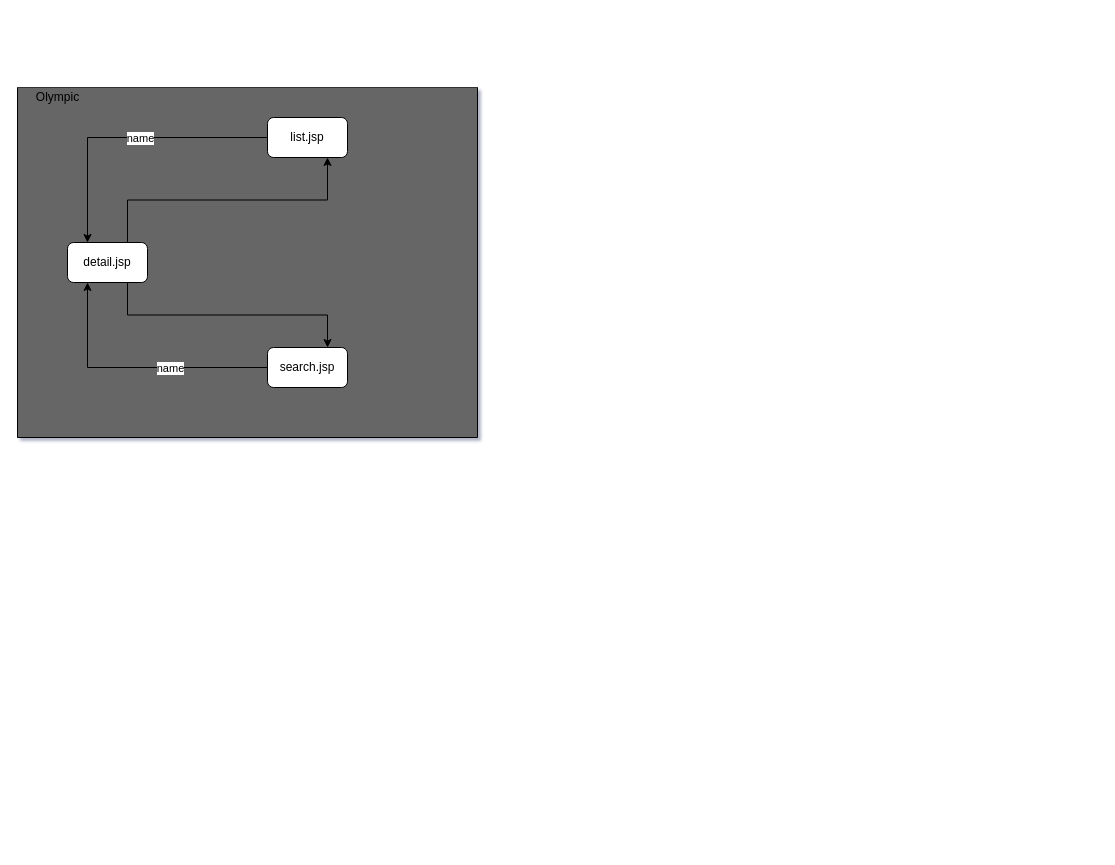
The draw.io diagram page "Page-1" (1 of 2) of kh/study.drawio in junyup0503/diagram, before the edit. Source tidied: cells renumbered, new cells numbered last; positions are measured from the earlier drawing's top-left corner, leaving out a move shared by most shapes. Both pictures are drawn from the tidied source at 100%, with x=0, y=0 at pixel (17, 87).
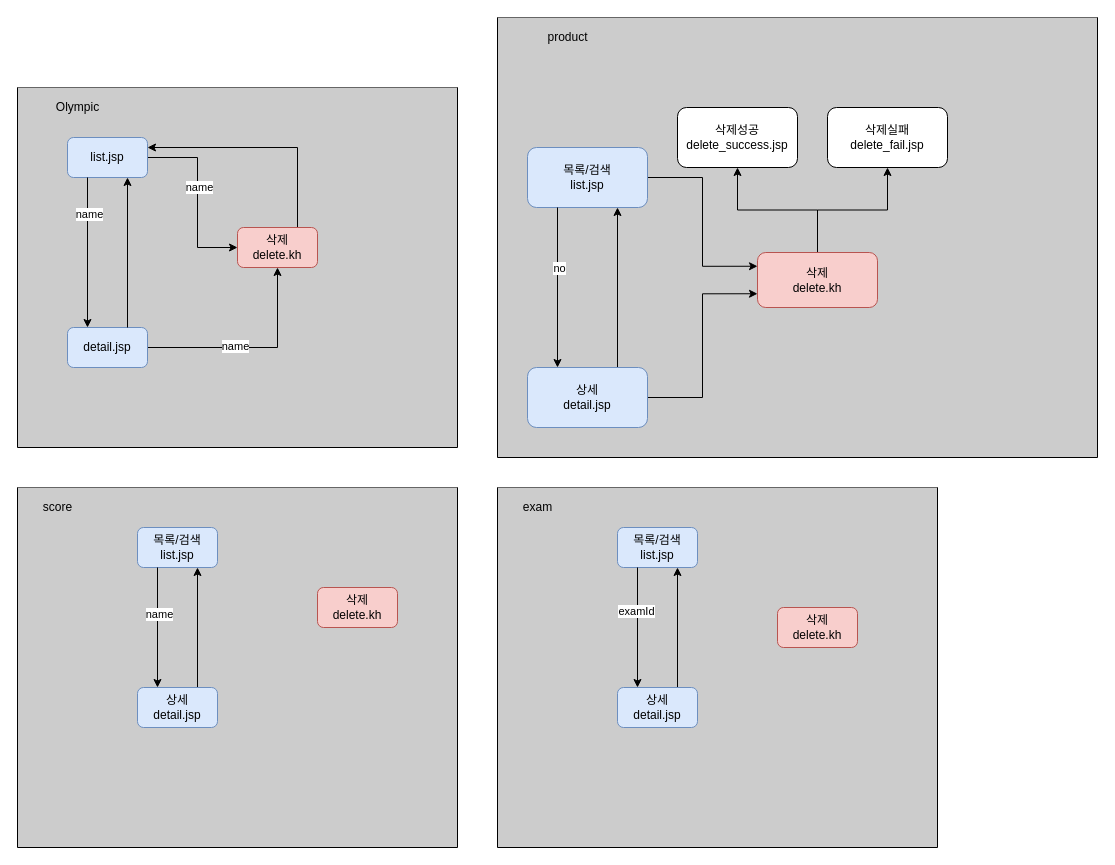
The same diagram, later.

Diff of the diagram source:
```diff
@@
-<mxGraphModel shadow="1">
+<mxGraphModel>
@@
+    <mxCell id="13" style="swimlane;startSize=0;rounded=1;swimlaneFillColor=#CCCCCC;" parent="1" vertex="1">
+      <mxGeometry x="480" y="-70" width="600" height="440" as="geometry" />
+    </mxCell>
+    <mxCell id="14" value="product" style="text;html=1;align=center;verticalAlign=middle;strokeColor=none;fillColor=none;rounded=1;" parent="13" vertex="1">
+      <mxGeometry x="40" y="10" width="60" height="20" as="geometry" />
+    </mxCell>
+    <mxCell id="15" style="edgeStyle=orthogonalEdgeStyle;rounded=0;jettySize=auto;html=1;exitX=1;exitY=0.5;exitDx=0;exitDy=0;entryX=0;entryY=0.25;entryDx=0;entryDy=0;" parent="13" edge="1" source="16" target="24">
+      <mxGeometry relative="1" as="geometry" />
+    </mxCell>
+    <mxCell id="16" value="목록/검색&lt;br&gt;list.jsp" style="whiteSpace=wrap;html=1;rounded=1;fillColor=#dae8fc;strokeColor=#6c8ebf;" parent="13" vertex="1">
+      <mxGeometry x="30" y="130" width="120" height="60" as="geometry" />
+    </mxCell>
+    <mxCell id="17" style="edgeStyle=orthogonalEdgeStyle;jettySize=auto;html=1;exitX=0.75;exitY=0;exitDx=0;exitDy=0;entryX=0.75;entryY=1;entryDx=0;entryDy=0;rounded=1;" parent="13" edge="1" source="19" target="16">
+      <mxGeometry relative="1" as="geometry" />
+    </mxCell>
+    <mxCell id="18" style="edgeStyle=orthogonalEdgeStyle;rounded=0;jettySize=auto;html=1;exitX=1;exitY=0.5;exitDx=0;exitDy=0;entryX=0;entryY=0.75;entryDx=0;entryDy=0;" parent="13" edge="1" source="19" target="24">
+      <mxGeometry relative="1" as="geometry" />
+    </mxCell>
+    <mxCell id="19" value="상세&lt;br&gt;detail.jsp" style="whiteSpace=wrap;html=1;rounded=1;fillColor=#dae8fc;strokeColor=#6c8ebf;" parent="13" vertex="1">
+      <mxGeometry x="30" y="350" width="120" height="60" as="geometry" />
+    </mxCell>
+    <mxCell id="20" style="endArrow=classic;html=1;exitX=0.25;exitY=1;exitDx=0;exitDy=0;entryX=0.25;entryY=0;entryDx=0;entryDy=0;rounded=1;" parent="13" edge="1" source="16" target="19">
+      <mxGeometry relative="1" as="geometry" />
+    </mxCell>
+    <mxCell id="21" value="no" style="edgeLabel;html=1;align=center;verticalAlign=middle;" parent="20" vertex="1">
+      <mxGeometry x="-0.25" y="1" relative="1" as="geometry" />
+    </mxCell>
+    <mxCell id="22" style="edgeStyle=orthogonalEdgeStyle;rounded=0;jettySize=auto;html=1;exitX=0.5;exitY=0;exitDx=0;exitDy=0;entryX=0.5;entryY=1;entryDx=0;entryDy=0;" parent="13" edge="1" source="24" target="25">
+      <mxGeometry relative="1" as="geometry" />
+    </mxCell>
+    <mxCell id="23" style="edgeStyle=orthogonalEdgeStyle;rounded=0;jettySize=auto;html=1;exitX=0.5;exitY=0;exitDx=0;exitDy=0;entryX=0.5;entryY=1;entryDx=0;entryDy=0;" parent="13" edge="1" source="24" target="27">
+      <mxGeometry relative="1" as="geometry" />
+    </mxCell>
+    <mxCell id="24" value="삭제&lt;br&gt;delete.kh" style="rounded=1;whiteSpace=wrap;html=1;fillColor=#f8cecc;strokeColor=#b85450;" parent="13" vertex="1">
+      <mxGeometry x="260" y="235" width="120" height="55" as="geometry" />
+    </mxCell>
+    <mxCell id="25" value="삭제성공&lt;br&gt;delete_success.jsp" style="rounded=1;whiteSpace=wrap;html=1;" parent="13" vertex="1">
+      <mxGeometry x="180" y="90" width="120" height="60" as="geometry" />
+    </mxCell>
+    <mxCell id="26" style="edgeStyle=orthogonalEdgeStyle;rounded=0;orthogonalLoop=1;jettySize=auto;html=1;exitX=0.5;exitY=1;exitDx=0;exitDy=0;" parent="13" edge="1" source="24" target="24">
+      <mxGeometry relative="1" as="geometry" />
+    </mxCell>
+    <mxCell id="27" value="삭제실패&lt;br&gt;delete_fail.jsp" style="rounded=1;whiteSpace=wrap;html=1;" parent="13" vertex="1">
+      <mxGeometry x="330" y="90" width="120" height="60" as="geometry" />
+    </mxCell>
-    <mxCell id="2" style="swimlane;startSize=0;rounded=0;swimlaneFillColor=#666666;" parent="1" vertex="1">
-      <mxGeometry width="460" height="350" as="geometry" />
+    <mxCell id="2" style="swimlane;startSize=0;swimlaneFillColor=#CCCCCC;rounded=1;" parent="1" vertex="1">
+      <mxGeometry width="440" height="360" as="geometry" />
     </mxCell>
+    <mxCell id="28" style="edgeStyle=orthogonalEdgeStyle;rounded=0;jettySize=auto;html=1;exitX=1;exitY=0.5;exitDx=0;exitDy=0;entryX=0.5;entryY=1;entryDx=0;entryDy=0;" parent="2" edge="1" source="3" target="34">
+      <mxGeometry relative="1" as="geometry" />
+    </mxCell>
+    <mxCell id="29" value="name" style="edgeLabel;html=1;align=center;verticalAlign=middle;" parent="28" vertex="1">
+      <mxGeometry x="-0.17" y="2" relative="1" as="geometry" />
+    </mxCell>
-    <mxCell id="3" value="detail.jsp" style="rounded=1;whiteSpace=wrap;html=1;" parent="2" vertex="1">
-      <mxGeometry x="50" y="155" width="80" height="40" as="geometry" />
+    <mxCell id="3" value="detail.jsp" style="whiteSpace=wrap;html=1;rounded=1;fillColor=#dae8fc;strokeColor=#6c8ebf;" parent="2" vertex="1">
+      <mxGeometry x="50" y="240" width="80" height="40" as="geometry" />
     </mxCell>
-    <mxCell id="4" value="search.jsp" style="rounded=1;whiteSpace=wrap;html=1;" parent="2" vertex="1">
-      <mxGeometry x="250" y="260" width="80" height="40" as="geometry" />
-    </mxCell>
-    <mxCell id="5" style="edgeStyle=orthogonalEdgeStyle;rounded=0;jettySize=auto;html=1;exitX=0;exitY=0.5;exitDx=0;exitDy=0;entryX=0.25;entryY=1;entryDx=0;entryDy=0;strokeColor=#000000;" parent="2" edge="1" source="4" target="3">
-      <mxGeometry relative="1" as="geometry" />
-    </mxCell>
-    <mxCell id="6" value="name" style="edgeLabel;html=1;align=center;verticalAlign=middle;" parent="5" vertex="1">
-      <mxGeometry x="-0.26" relative="1" as="geometry" />
-    </mxCell>
-    <mxCell id="7" style="edgeStyle=orthogonalEdgeStyle;rounded=0;jettySize=auto;html=1;exitX=0.75;exitY=1;exitDx=0;exitDy=0;entryX=0.75;entryY=0;entryDx=0;entryDy=0;strokeColor=#000000;" parent="2" edge="1" source="3" target="4">
-      <mxGeometry relative="1" as="geometry" />
-    </mxCell>
+    <mxCell id="30" style="edgeStyle=orthogonalEdgeStyle;rounded=0;jettySize=auto;html=1;exitX=1;exitY=0.5;exitDx=0;exitDy=0;" parent="2" edge="1" source="8" target="34">
+      <mxGeometry relative="1" as="geometry">
+        <Array as="points">
+          <mxPoint x="180" y="70" />
+          <mxPoint x="180" y="160" />
+        </Array>
+      </mxGeometry>
+    </mxCell>
+    <mxCell id="31" value="name" style="edgeLabel;html=1;align=center;verticalAlign=middle;" parent="30" vertex="1">
+      <mxGeometry x="-0.12" y="1" relative="1" as="geometry" />
+    </mxCell>
-    <mxCell id="8" value="list.jsp" style="rounded=1;whiteSpace=wrap;html=1;" parent="2" vertex="1">
-      <mxGeometry x="250" y="30" width="80" height="40" as="geometry" />
+    <mxCell id="8" value="list.jsp" style="whiteSpace=wrap;html=1;rounded=1;fillColor=#dae8fc;strokeColor=#6c8ebf;" parent="2" vertex="1">
+      <mxGeometry x="50" y="50" width="80" height="40" as="geometry" />
     </mxCell>
-    <mxCell id="9" style="edgeStyle=orthogonalEdgeStyle;rounded=0;jettySize=auto;html=1;exitX=0;exitY=0.5;exitDx=0;exitDy=0;entryX=0.25;entryY=0;entryDx=0;entryDy=0;strokeColor=#000000;" parent="2" edge="1" source="8" target="3">
-      <mxGeometry relative="1" as="geometry">
-        <Array as="points">
-          <mxPoint x="70" y="50" />
-        </Array>
-      </mxGeometry>
+    <mxCell id="9" style="edgeStyle=orthogonalEdgeStyle;jettySize=auto;html=1;entryX=0.25;entryY=0;entryDx=0;entryDy=0;rounded=1;exitX=0.25;exitY=1;exitDx=0;exitDy=0;" parent="2" edge="1" source="8" target="3">
+      <mxGeometry relative="1" as="geometry" />
     </mxCell>
-    <mxCell id="10" value="name" style="edgeLabel;html=1;align=center;verticalAlign=middle;" parent="9" vertex="1">
-      <mxGeometry x="-0.1" relative="1" as="geometry" />
-    </mxCell>
+    <mxCell id="32" value="name" style="edgeLabel;html=1;align=center;verticalAlign=middle;rounded=1;" parent="9" vertex="1">
+      <mxGeometry x="-0.52" y="1" relative="1" as="geometry" />
+    </mxCell>
-    <mxCell id="11" style="edgeStyle=orthogonalEdgeStyle;rounded=0;jettySize=auto;html=1;exitX=0.75;exitY=0;exitDx=0;exitDy=0;entryX=0.75;entryY=1;entryDx=0;entryDy=0;strokeColor=#000000;" parent="2" edge="1" source="3" target="8">
+    <mxCell id="11" style="edgeStyle=orthogonalEdgeStyle;jettySize=auto;html=1;exitX=0.75;exitY=0;exitDx=0;exitDy=0;entryX=0.75;entryY=1;entryDx=0;entryDy=0;rounded=1;" parent="2" edge="1" source="3" target="8">
       <mxGeometry relative="1" as="geometry" />
     </mxCell>
-    <mxCell id="12" value="Olympic" style="text;html=1;align=center;verticalAlign=middle;strokeColor=none;fillColor=none;" parent="2" vertex="1">
-      <mxGeometry x="10" width="60" height="20" as="geometry" />
+    <mxCell id="12" value="Olympic" style="text;html=1;align=center;verticalAlign=middle;strokeColor=none;fillColor=none;rounded=1;" parent="2" vertex="1">
+      <mxGeometry x="30" y="10" width="60" height="20" as="geometry" />
     </mxCell>
+    <mxCell id="33" style="edgeStyle=orthogonalEdgeStyle;rounded=0;jettySize=auto;html=1;exitX=0.75;exitY=0;exitDx=0;exitDy=0;entryX=1;entryY=0.25;entryDx=0;entryDy=0;" parent="2" edge="1" source="34" target="8">
+      <mxGeometry relative="1" as="geometry" />
+    </mxCell>
+    <mxCell id="34" value="삭제&lt;br&gt;delete.kh" style="rounded=1;whiteSpace=wrap;html=1;fillColor=#f8cecc;strokeColor=#b85450;" parent="2" vertex="1">
+      <mxGeometry x="220" y="140" width="80" height="40" as="geometry" />
+    </mxCell>
+    <mxCell id="35" style="swimlane;startSize=0;swimlaneFillColor=#CCCCCC;rounded=1;" parent="1" vertex="1">
+      <mxGeometry y="400" width="440" height="360" as="geometry" />
+    </mxCell>
+    <mxCell id="36" value="score" style="text;html=1;align=center;verticalAlign=middle;strokeColor=none;fillColor=none;rounded=1;" parent="35" vertex="1">
+      <mxGeometry x="20" y="10" width="40" height="20" as="geometry" />
+    </mxCell>
+    <mxCell id="37" value="목록/검색&lt;br&gt;list.jsp" style="whiteSpace=wrap;html=1;rounded=1;fillColor=#dae8fc;strokeColor=#6c8ebf;" parent="35" vertex="1">
+      <mxGeometry x="120" y="40" width="80" height="40" as="geometry" />
+    </mxCell>
+    <mxCell id="38" style="edgeStyle=orthogonalEdgeStyle;jettySize=auto;html=1;exitX=0.75;exitY=0;exitDx=0;exitDy=0;entryX=0.75;entryY=1;entryDx=0;entryDy=0;rounded=1;" parent="35" edge="1" source="39" target="37">
+      <mxGeometry relative="1" as="geometry" />
+    </mxCell>
+    <mxCell id="39" value="상세&lt;br&gt;detail.jsp" style="whiteSpace=wrap;html=1;rounded=1;fillColor=#dae8fc;strokeColor=#6c8ebf;" parent="35" vertex="1">
+      <mxGeometry x="120" y="200" width="80" height="40" as="geometry" />
+    </mxCell>
+    <mxCell id="40" style="endArrow=classic;html=1;exitX=0.25;exitY=1;exitDx=0;exitDy=0;entryX=0.25;entryY=0;entryDx=0;entryDy=0;rounded=1;" parent="35" edge="1" source="37" target="39">
+      <mxGeometry relative="1" as="geometry" />
+    </mxCell>
+    <mxCell id="41" value="name" style="edgeLabel;html=1;align=center;verticalAlign=middle;" parent="40" vertex="1">
+      <mxGeometry x="-0.23" y="1" relative="1" as="geometry" />
+    </mxCell>
+    <mxCell id="42" value="삭제&lt;br&gt;delete.kh" style="rounded=1;whiteSpace=wrap;html=1;fillColor=#f8cecc;strokeColor=#b85450;" parent="35" vertex="1">
+      <mxGeometry x="300" y="100" width="80" height="40" as="geometry" />
+    </mxCell>
+    <mxCell id="43" style="swimlane;startSize=0;rotation=0;rounded=1;swimlaneFillColor=#CCCCCC;" parent="1" vertex="1">
+      <mxGeometry x="480" y="400" width="440" height="360" as="geometry" />
+    </mxCell>
+    <mxCell id="44" value="exam" style="text;html=1;align=center;verticalAlign=middle;strokeColor=none;fillColor=none;rotation=0;rounded=1;" parent="43" vertex="1">
+      <mxGeometry x="20" y="10" width="40" height="20" as="geometry" />
+    </mxCell>
+    <mxCell id="45" value="목록/검색&lt;br&gt;list.jsp" style="whiteSpace=wrap;html=1;rotation=0;rounded=1;fillColor=#dae8fc;strokeColor=#6c8ebf;" parent="43" vertex="1">
+      <mxGeometry x="120" y="40" width="80" height="40" as="geometry" />
+    </mxCell>
+    <mxCell id="46" style="edgeStyle=orthogonalEdgeStyle;jettySize=auto;html=1;exitX=0.75;exitY=0;exitDx=0;exitDy=0;entryX=0.75;entryY=1;entryDx=0;entryDy=0;rounded=1;" parent="43" edge="1" source="47" target="45">
+      <mxGeometry relative="1" as="geometry" />
+    </mxCell>
+    <mxCell id="47" value="상세&lt;br&gt;detail.jsp" style="whiteSpace=wrap;html=1;rotation=0;rounded=1;fillColor=#dae8fc;strokeColor=#6c8ebf;" parent="43" vertex="1">
+      <mxGeometry x="120" y="200" width="80" height="40" as="geometry" />
+    </mxCell>
+    <mxCell id="48" style="endArrow=classic;html=1;exitX=0.25;exitY=1;exitDx=0;exitDy=0;entryX=0.25;entryY=0;entryDx=0;entryDy=0;rounded=1;" parent="43" edge="1" source="45" target="47">
+      <mxGeometry relative="1" as="geometry" />
+    </mxCell>
+    <mxCell id="49" value="examId" style="edgeLabel;html=1;align=center;verticalAlign=middle;" parent="48" vertex="1">
+      <mxGeometry x="-0.28" y="-2" relative="1" as="geometry" />
+    </mxCell>
+    <mxCell id="50" value="삭제&lt;br&gt;delete.kh" style="rounded=1;whiteSpace=wrap;html=1;fillColor=#f8cecc;strokeColor=#b85450;" parent="43" vertex="1">
+      <mxGeometry x="280" y="120" width="80" height="40" as="geometry" />
+    </mxCell>
```
